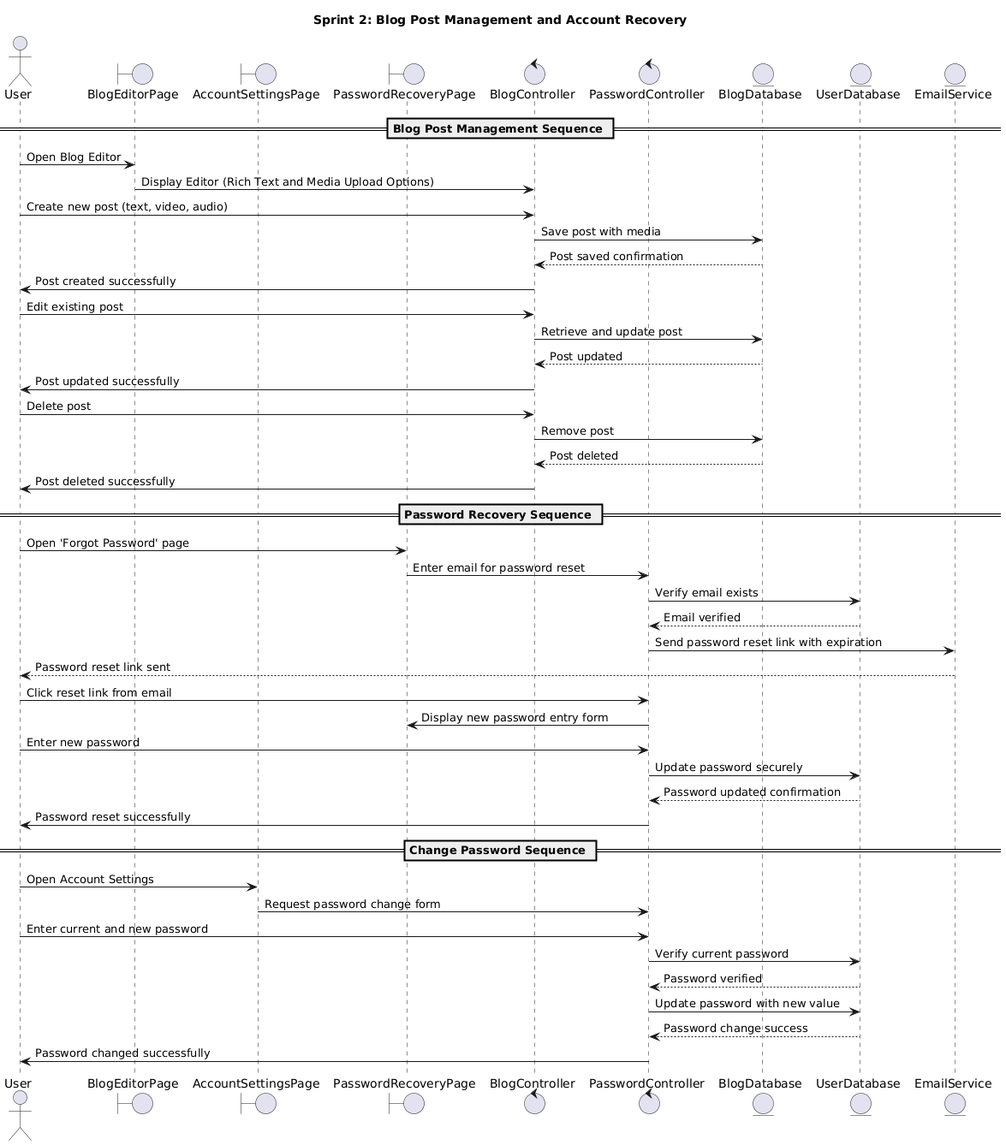
zeelghori27012004/ConnectCo keeps this PlantUML diagram as Labs/Lab05_ClassDiagram_Sequence Diagram/Sequence_Daigrams/Sprint2.png. Above is the earlier version.
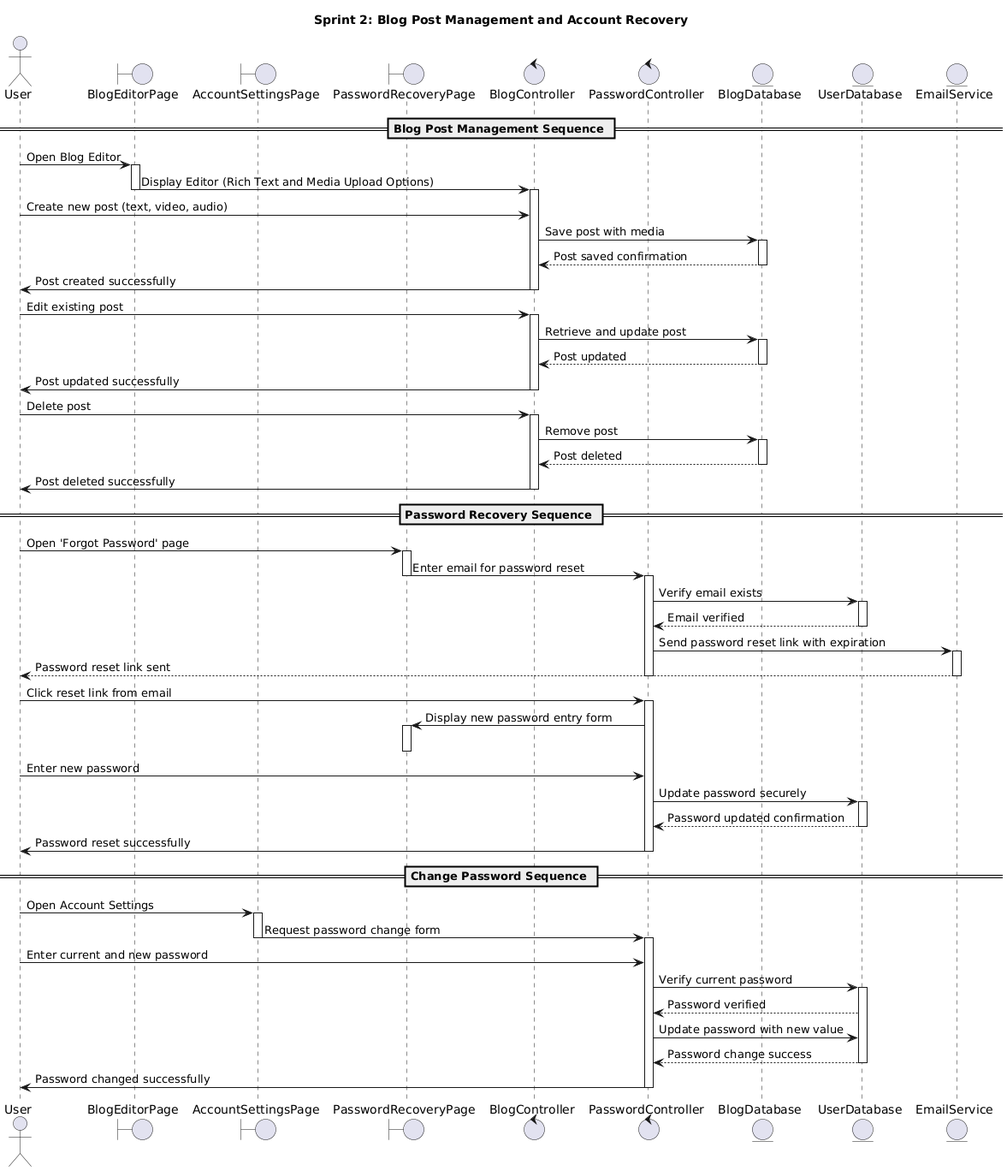
Later version of the same file.

Change to the diagram source:
```diff
@@ -14,46 +14,80 @@
 == Blog Post Management Sequence ==
 
 User -> BlogEditorPage: Open Blog Editor
+activate BlogEditorPage
 BlogEditorPage -> BlogController: Display Editor (Rich Text and Media Upload Options)
+deactivate BlogEditorPage
+activate BlogController
 User -> BlogController: Create new post (text, video, audio)
 BlogController -> BlogDatabase: Save post with media
+activate BlogDatabase
 BlogDatabase --> BlogController: Post saved confirmation
+deactivate BlogDatabase
 BlogController -> User: Post created successfully
+deactivate BlogController
 
 User -> BlogController: Edit existing post
+activate BlogController
 BlogController -> BlogDatabase: Retrieve and update post
+activate BlogDatabase
 BlogDatabase --> BlogController: Post updated
+deactivate BlogDatabase
 BlogController -> User: Post updated successfully
+deactivate BlogController
 
 User -> BlogController: Delete post
+activate BlogController
 BlogController -> BlogDatabase: Remove post
+activate BlogDatabase
 BlogDatabase --> BlogController: Post deleted
+deactivate BlogDatabase
 BlogController -> User: Post deleted successfully
+deactivate BlogController
 
 == Password Recovery Sequence ==
 
 User -> PasswordRecoveryPage: Open 'Forgot Password' page
+activate PasswordRecoveryPage
 PasswordRecoveryPage -> PasswordController: Enter email for password reset
+deactivate PasswordRecoveryPage
+activate PasswordController
 PasswordController -> UserDatabase: Verify email exists
+activate UserDatabase
 UserDatabase --> PasswordController: Email verified
+deactivate UserDatabase
 PasswordController -> EmailService: Send password reset link with expiration
+activate EmailService
 EmailService --> User: Password reset link sent
+deactivate EmailService
+deactivate PasswordController
 
 User -> PasswordController: Click reset link from email
+activate PasswordController
 PasswordController -> PasswordRecoveryPage: Display new password entry form
+activate PasswordRecoveryPage
+deactivate PasswordRecoveryPage
 User -> PasswordController: Enter new password
 PasswordController -> UserDatabase: Update password securely
+activate UserDatabase
 UserDatabase --> PasswordController: Password updated confirmation
+deactivate UserDatabase
 PasswordController -> User: Password reset successfully
+deactivate PasswordController
 
 == Change Password Sequence ==
 
 User -> AccountSettingsPage: Open Account Settings
+activate AccountSettingsPage
 AccountSettingsPage -> PasswordController: Request password change form
+deactivate AccountSettingsPage
+activate PasswordController
 User -> PasswordController: Enter current and new password
 PasswordController -> UserDatabase: Verify current password
+activate UserDatabase
 UserDatabase --> PasswordController: Password verified
 PasswordController -> UserDatabase: Update password with new value
 UserDatabase --> PasswordController: Password change success
+deactivate UserDatabase
 PasswordController -> User: Password changed successfully
+deactivate PasswordController
 @enduml
```
